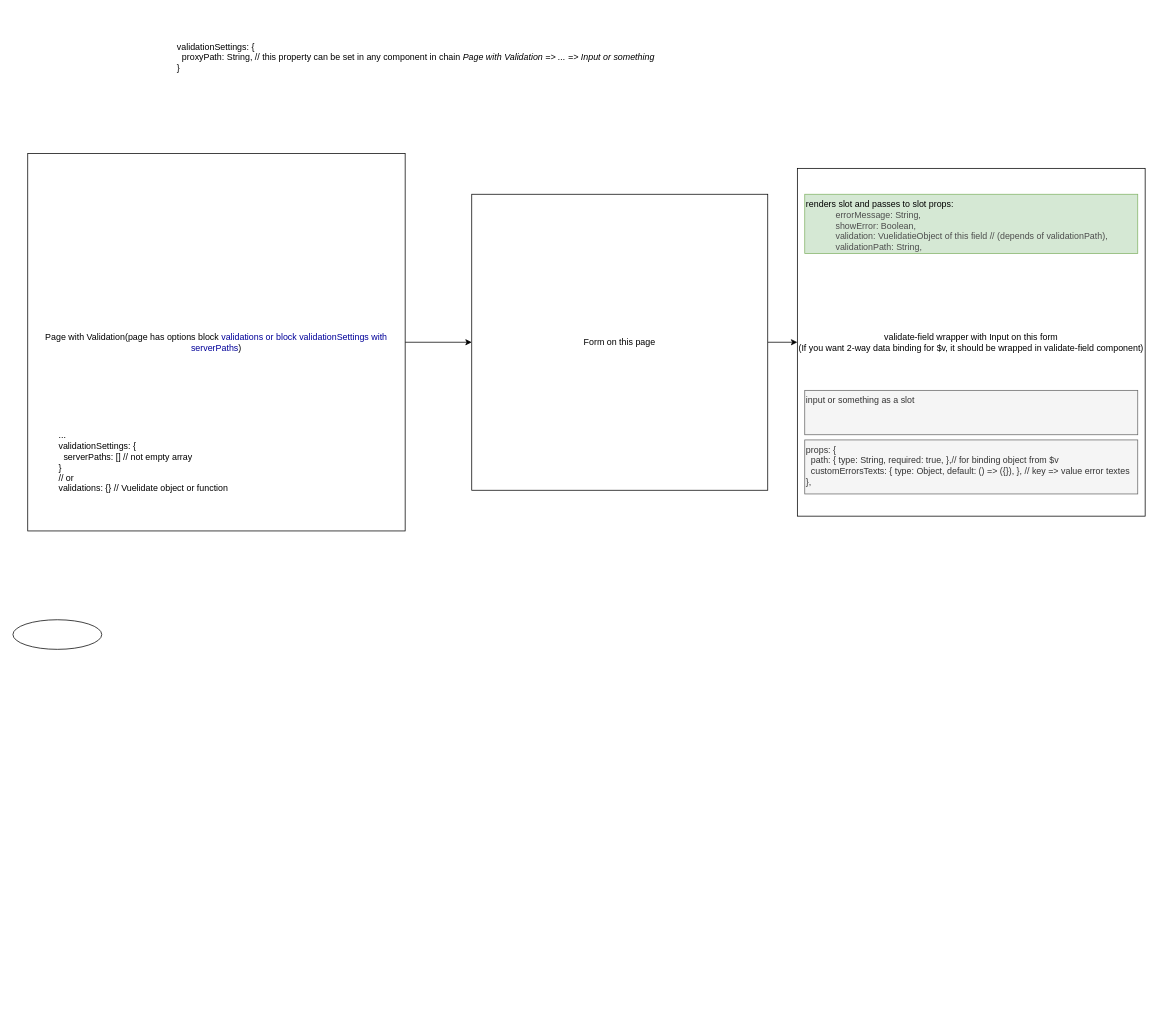
Earlier version of the draw.io diagram workflow.drawio (atnrpro/vuelidate-improver). Source tidied: cells renumbered, new cells numbered last; positions are measured from the earlier drawing's top-left corner, leaving out a move shared by most shapes. Both pictures are drawn from the tidied source at 74%, with x=0, y=0 at pixel (13, 13).
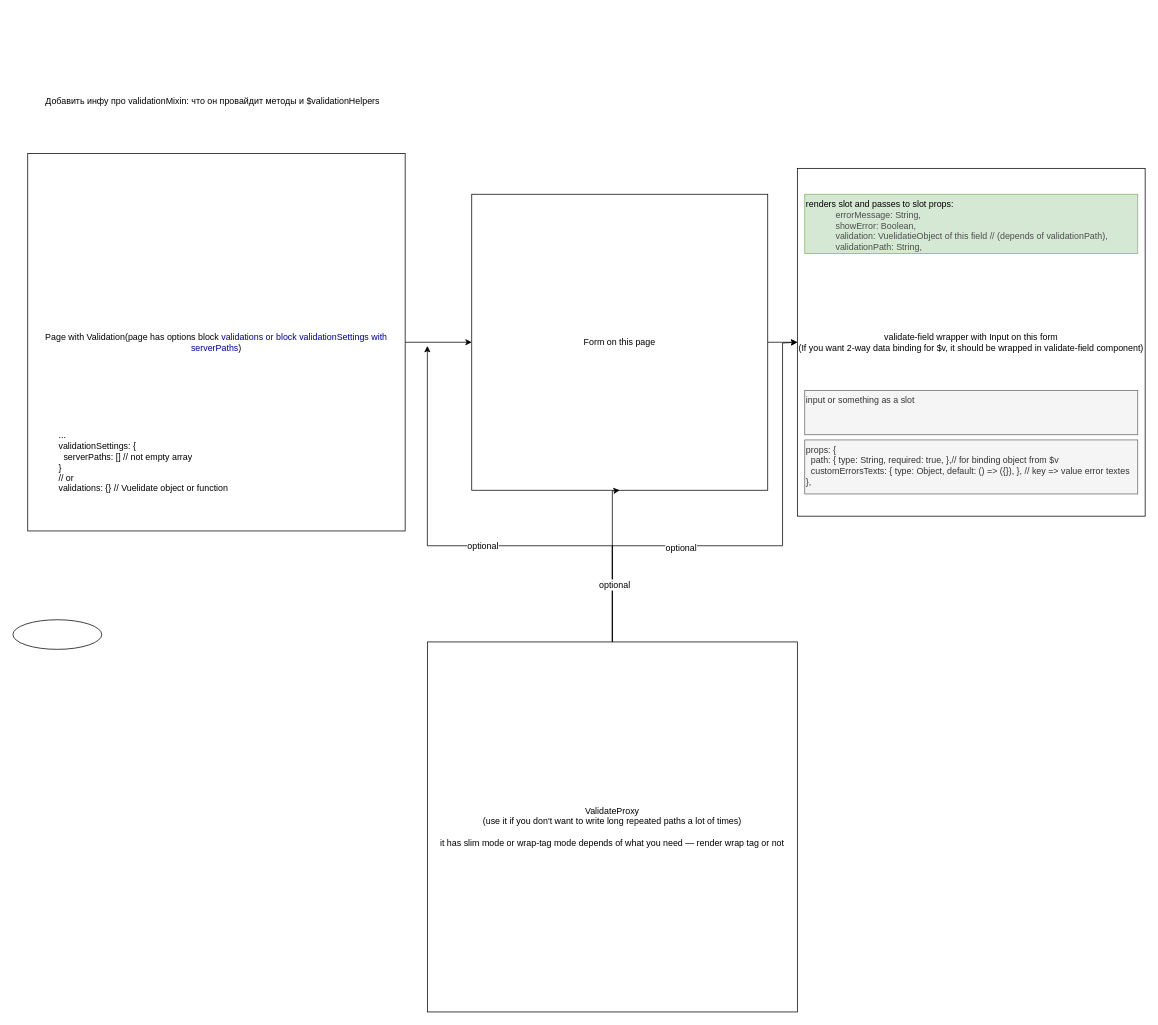
After the change.

The change refers to these unchanged cells:
```xml
<mxCell id="5" value="Form on this page" style="whiteSpace=wrap;html=1;" parent="1" vertex="1">
  <mxGeometry x="620" y="245" width="400" height="400" as="geometry" />
</mxCell>
<mxCell id="6" value="validate-field wrapper with Input on this form&lt;br&gt;(If you want 2-way data binding for $v, it should be wrapped in validate-field component)" style="whiteSpace=wrap;html=1;" parent="1" vertex="1">
  <mxGeometry x="1060" y="210" width="470" height="470" as="geometry" />
</mxCell>
```

What changed in the source:
```diff
@@
-    <mxCell id="11" value="validationSettings: {&lt;br&gt;&amp;nbsp; proxyPath: String, // this property can be set in any component in chain &lt;i&gt;Page with Validation&amp;nbsp;=&amp;gt; ...&amp;nbsp;=&amp;gt; Input or something&lt;/i&gt;&lt;br&gt;}" style="text;html=1;strokeColor=none;fillColor=none;align=left;verticalAlign=middle;whiteSpace=wrap;rounded=0;" parent="1" vertex="1">
-      <mxGeometry x="220" width="880" height="120" as="geometry" />
-    </mxCell>
@@
+    <mxCell id="13" style="edgeStyle=orthogonalEdgeStyle;rounded=0;jettySize=auto;html=1;exitX=0.5;exitY=0;exitDx=0;exitDy=0;" parent="1" edge="1" source="19">
+      <mxGeometry relative="1" as="geometry">
+        <mxPoint x="560" y="450" as="targetPoint" />
+        <Array as="points">
+          <mxPoint x="810" y="720" />
+          <mxPoint x="560" y="720" />
+        </Array>
+      </mxGeometry>
+    </mxCell>
+    <mxCell id="14" value="optional" style="text;html=1;align=center;verticalAlign=middle;labelBackgroundColor=#ffffff;" parent="13" vertex="1">
+      <mxGeometry x="-0.06" relative="1" as="geometry" />
+    </mxCell>
+    <mxCell id="15" style="edgeStyle=orthogonalEdgeStyle;rounded=0;jettySize=auto;html=1;exitX=0.5;exitY=0;exitDx=0;exitDy=0;entryX=0.5;entryY=1;entryDx=0;entryDy=0;" parent="1" edge="1" source="19" target="5">
+      <mxGeometry relative="1" as="geometry">
+        <Array as="points">
+          <mxPoint x="810" y="646" />
+        </Array>
+      </mxGeometry>
+    </mxCell>
+    <mxCell id="16" style="edgeStyle=orthogonalEdgeStyle;rounded=0;jettySize=auto;html=1;exitX=0.5;exitY=0;exitDx=0;exitDy=0;entryX=0;entryY=0.5;entryDx=0;entryDy=0;" parent="1" edge="1" source="19" target="6">
+      <mxGeometry relative="1" as="geometry">
+        <Array as="points">
+          <mxPoint x="810" y="720" />
+          <mxPoint x="1040" y="720" />
+          <mxPoint x="1040" y="446" />
+        </Array>
+      </mxGeometry>
+    </mxCell>
+    <mxCell id="17" value="optional" style="text;html=1;align=center;verticalAlign=middle;labelBackgroundColor=#ffffff;" parent="16" vertex="1">
+      <mxGeometry x="-0.76" y="-2" relative="1" as="geometry" />
+    </mxCell>
+    <mxCell id="18" value="optional" style="text;html=1;align=center;verticalAlign=middle;labelBackgroundColor=#ffffff;" parent="16" vertex="1">
+      <mxGeometry x="-0.32" y="-2" relative="1" as="geometry" />
+    </mxCell>
+    <mxCell id="19" value="ValidateProxy&lt;br&gt;(use it if you don't want to write long repeated paths a lot of times)&lt;br&gt;&lt;br&gt;it has slim mode or wrap-tag mode depends of what you need — render wrap tag or not" style="whiteSpace=wrap;html=1;" parent="1" vertex="1">
+      <mxGeometry x="560" y="850" width="500" height="500" as="geometry" />
+    </mxCell>
+    <mxCell id="20" value="Добавить инфу про validationMixin: что он провайдит методы и $validationHelpers" style="text;html=1;strokeColor=none;fillColor=none;align=center;verticalAlign=middle;whiteSpace=wrap;rounded=0;" parent="1" vertex="1">
+      <mxGeometry x="30" y="60" width="480" height="120" as="geometry" />
+    </mxCell>
```
